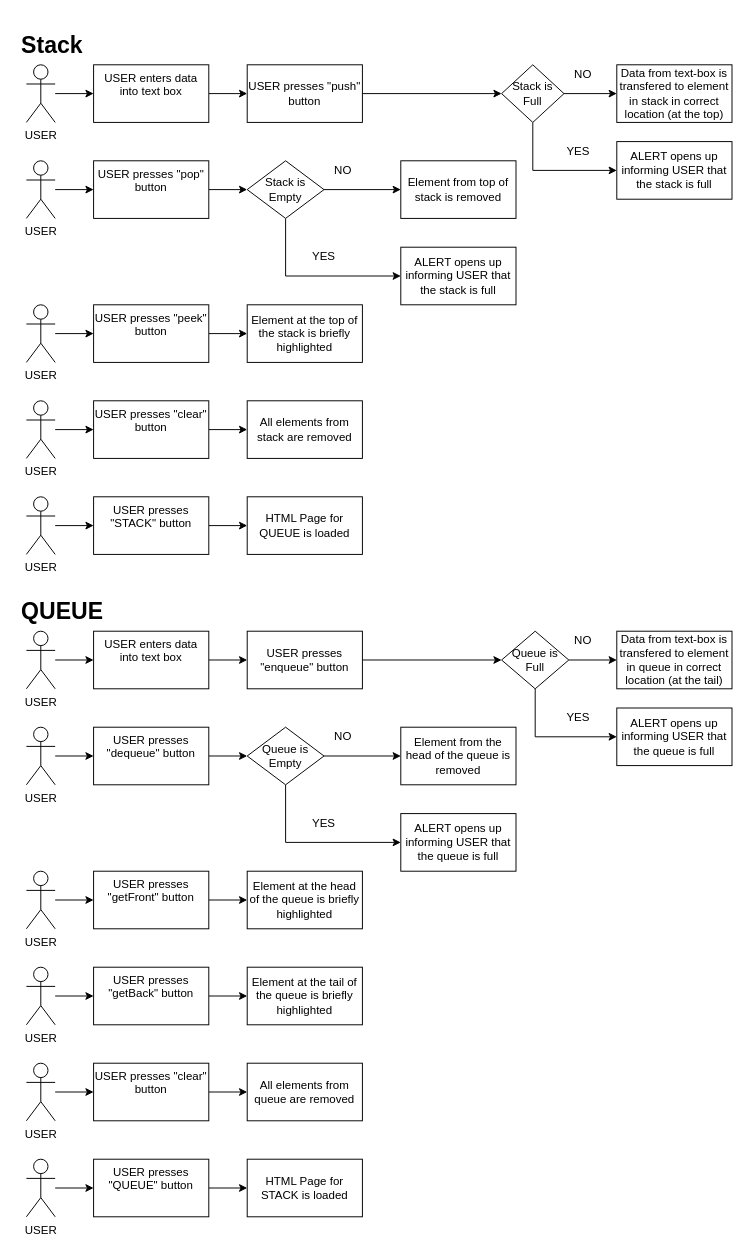
The draw.io diagram documentation/userFlow_stack-queue-visualizer.drawio in pszponder/stacks-and-queues-visualizer, before the edit. Source tidied: cells renumbered, new cells numbered last; positions are measured from the earlier drawing's top-left corner, leaving out a move shared by most shapes. Both pictures are drawn from the tidied source at 96%, with x=0, y=0 at pixel (16, 26).
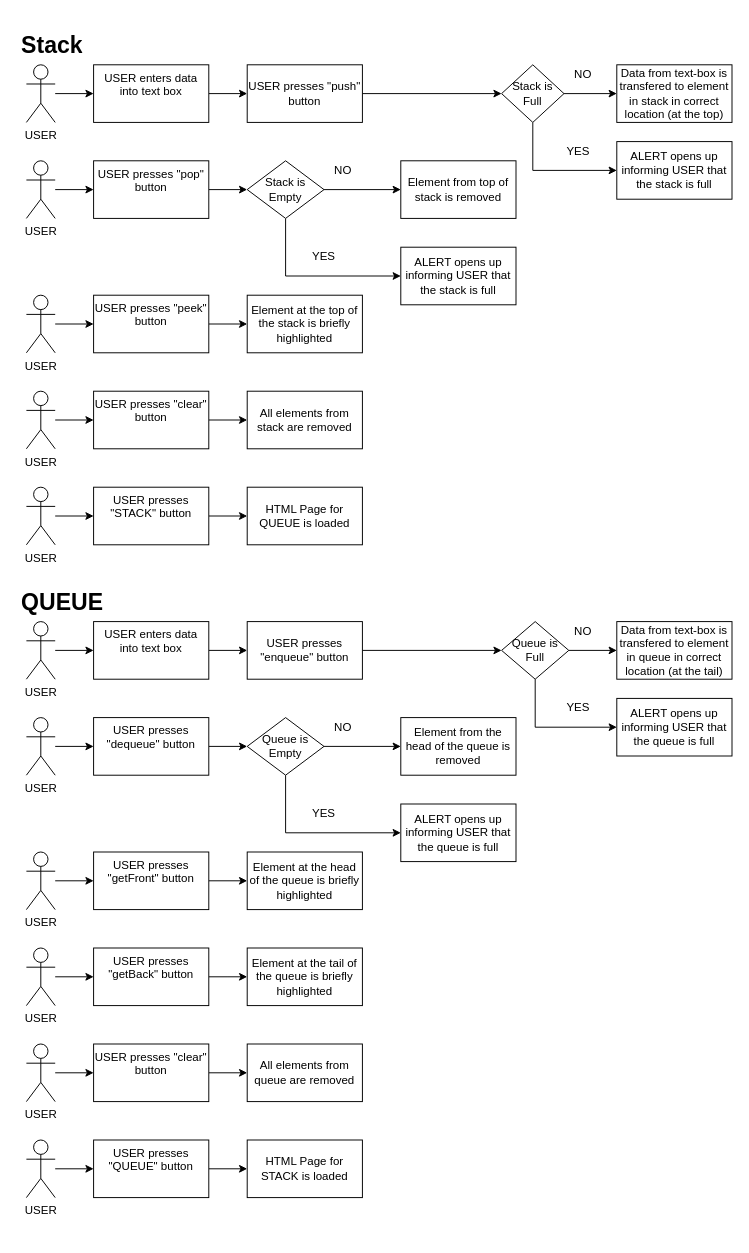
The same page after the edit.

What changed in the source:
```diff
@@
     <mxCell id="16" style="edgeStyle=orthogonalEdgeStyle;rounded=0;orthogonalLoop=1;jettySize=auto;html=1;exitX=0.5;exitY=1;exitDx=0;exitDy=0;" parent="1" edge="1">
       <mxGeometry relative="1" as="geometry">
-        <mxPoint x="100" y="360" as="sourcePoint" />
-        <mxPoint x="100" y="360" as="targetPoint" />
+        <mxPoint x="100" y="350" as="sourcePoint" />
+        <mxPoint x="100" y="350" as="targetPoint" />
       </mxGeometry>
     </mxCell>
@@
     <mxCell id="18" value="USER" style="shape=umlActor;verticalLabelPosition=bottom;verticalAlign=top;html=1;outlineConnect=0;" parent="1" vertex="1">
-      <mxGeometry x="10" y="290" width="30" height="60" as="geometry" />
+      <mxGeometry x="10" y="280" width="30" height="60" as="geometry" />
     </mxCell>
@@
     <mxCell id="20" value="USER presses &quot;peek&quot; button" style="whiteSpace=wrap;html=1;verticalAlign=top;" parent="1" vertex="1">
-      <mxGeometry x="80" y="290" width="120" height="60" as="geometry" />
+      <mxGeometry x="80" y="280" width="120" height="60" as="geometry" />
     </mxCell>
     <mxCell id="21" value="Element at the top of the stack is briefly highlighted" style="rounded=0;whiteSpace=wrap;html=1;" parent="1" vertex="1">
-      <mxGeometry x="240" y="290" width="120" height="60" as="geometry" />
+      <mxGeometry x="240" y="280" width="120" height="60" as="geometry" />
     </mxCell>
     <mxCell id="22" style="edgeStyle=orthogonalEdgeStyle;rounded=0;orthogonalLoop=1;jettySize=auto;html=1;exitX=0.5;exitY=1;exitDx=0;exitDy=0;" parent="1" edge="1">
       <mxGeometry relative="1" as="geometry">
-        <mxPoint x="100" y="560" as="sourcePoint" />
-        <mxPoint x="100" y="560" as="targetPoint" />
+        <mxPoint x="100" y="550" as="sourcePoint" />
+        <mxPoint x="100" y="550" as="targetPoint" />
       </mxGeometry>
     </mxCell>
@@
     <mxCell id="24" value="USER" style="shape=umlActor;verticalLabelPosition=bottom;verticalAlign=top;html=1;outlineConnect=0;" parent="1" vertex="1">
-      <mxGeometry x="10" y="490" width="30" height="60" as="geometry" />
+      <mxGeometry x="10" y="480" width="30" height="60" as="geometry" />
     </mxCell>
@@
     <mxCell id="26" value="USER presses &quot;STACK&quot; button" style="whiteSpace=wrap;html=1;verticalAlign=top;" parent="1" vertex="1">
-      <mxGeometry x="80" y="490" width="120" height="60" as="geometry" />
+      <mxGeometry x="80" y="480" width="120" height="60" as="geometry" />
     </mxCell>
     <mxCell id="27" value="HTML Page for QUEUE is loaded" style="rounded=0;whiteSpace=wrap;html=1;" parent="1" vertex="1">
-      <mxGeometry x="240" y="490" width="120" height="60" as="geometry" />
+      <mxGeometry x="240" y="480" width="120" height="60" as="geometry" />
     </mxCell>
@@
     <mxCell id="29" style="edgeStyle=orthogonalEdgeStyle;rounded=0;orthogonalLoop=1;jettySize=auto;html=1;exitX=0.5;exitY=1;exitDx=0;exitDy=0;" parent="1" edge="1">
       <mxGeometry relative="1" as="geometry">
-        <mxPoint x="100" y="460" as="sourcePoint" />
-        <mxPoint x="100" y="460" as="targetPoint" />
+        <mxPoint x="100" y="450" as="sourcePoint" />
+        <mxPoint x="100" y="450" as="targetPoint" />
       </mxGeometry>
     </mxCell>
@@
     <mxCell id="31" value="USER" style="shape=umlActor;verticalLabelPosition=bottom;verticalAlign=top;html=1;outlineConnect=0;" parent="1" vertex="1">
-      <mxGeometry x="10" y="390" width="30" height="60" as="geometry" />
+      <mxGeometry x="10" y="380" width="30" height="60" as="geometry" />
     </mxCell>
@@
     <mxCell id="33" value="USER presses &quot;clear&quot; button" style="whiteSpace=wrap;html=1;verticalAlign=top;" parent="1" vertex="1">
-      <mxGeometry x="80" y="390" width="120" height="60" as="geometry" />
+      <mxGeometry x="80" y="380" width="120" height="60" as="geometry" />
     </mxCell>
     <mxCell id="34" value="All elements from stack are removed" style="rounded=0;whiteSpace=wrap;html=1;" parent="1" vertex="1">
-      <mxGeometry x="240" y="390" width="120" height="60" as="geometry" />
+      <mxGeometry x="240" y="380" width="120" height="60" as="geometry" />
     </mxCell>
@@
-    <mxCell id="39" value="&lt;h1&gt;Stack&lt;/h1&gt;" style="text;html=1;strokeColor=none;fillColor=none;spacing=5;spacingTop=-20;whiteSpace=wrap;overflow=hidden;rounded=0;" parent="1" vertex="1">
+    <mxCell id="39" value="&lt;h1&gt;Stack&lt;/h1&gt;" style="text;html=1;spacing=5;spacingTop=-20;whiteSpace=wrap;overflow=hidden;rounded=0;" parent="1" vertex="1">
       <mxGeometry width="80" height="40" as="geometry" />
     </mxCell>
@@
     <mxCell id="47" style="edgeStyle=orthogonalEdgeStyle;rounded=0;orthogonalLoop=1;jettySize=auto;html=1;exitX=0.5;exitY=1;exitDx=0;exitDy=0;" parent="1" edge="1">
       <mxGeometry relative="1" as="geometry">
-        <mxPoint x="100" y="700" as="sourcePoint" />
-        <mxPoint x="100" y="700" as="targetPoint" />
+        <mxPoint x="100" y="690" as="sourcePoint" />
+        <mxPoint x="100" y="690" as="targetPoint" />
       </mxGeometry>
     </mxCell>
@@
     <mxCell id="49" value="USER" style="shape=umlActor;verticalLabelPosition=bottom;verticalAlign=top;html=1;outlineConnect=0;" parent="1" vertex="1">
-      <mxGeometry x="10" y="630" width="30" height="60" as="geometry" />
+      <mxGeometry x="10" y="620" width="30" height="60" as="geometry" />
     </mxCell>
@@
     <mxCell id="51" value="USER enters data into text box" style="whiteSpace=wrap;html=1;verticalAlign=top;" parent="1" vertex="1">
-      <mxGeometry x="80" y="630" width="120" height="60" as="geometry" />
+      <mxGeometry x="80" y="620" width="120" height="60" as="geometry" />
     </mxCell>
@@
     <mxCell id="53" value="USER presses &quot;enqueue&quot; button" style="rounded=0;whiteSpace=wrap;html=1;" parent="1" vertex="1">
-      <mxGeometry x="240" y="630" width="120" height="60" as="geometry" />
+      <mxGeometry x="240" y="620" width="120" height="60" as="geometry" />
     </mxCell>
     <mxCell id="54" value="Data from text-box is transfered to element in queue in correct location (at the tail)" style="rounded=0;whiteSpace=wrap;html=1;" parent="1" vertex="1">
-      <mxGeometry x="625" y="630" width="120" height="60" as="geometry" />
+      <mxGeometry x="625" y="620" width="120" height="60" as="geometry" />
     </mxCell>
     <mxCell id="55" style="edgeStyle=orthogonalEdgeStyle;rounded=0;orthogonalLoop=1;jettySize=auto;html=1;exitX=0.5;exitY=1;exitDx=0;exitDy=0;" parent="1" edge="1">
       <mxGeometry relative="1" as="geometry">
-        <mxPoint x="100" y="800" as="sourcePoint" />
-        <mxPoint x="100" y="800" as="targetPoint" />
+        <mxPoint x="100" y="790" as="sourcePoint" />
+        <mxPoint x="100" y="790" as="targetPoint" />
       </mxGeometry>
     </mxCell>
@@
     <mxCell id="57" value="USER" style="shape=umlActor;verticalLabelPosition=bottom;verticalAlign=top;html=1;outlineConnect=0;" parent="1" vertex="1">
-      <mxGeometry x="10" y="730" width="30" height="60" as="geometry" />
+      <mxGeometry x="10" y="720" width="30" height="60" as="geometry" />
     </mxCell>
@@
     <mxCell id="59" value="USER presses &quot;dequeue&quot; button" style="whiteSpace=wrap;html=1;verticalAlign=top;" parent="1" vertex="1">
-      <mxGeometry x="80" y="730" width="120" height="60" as="geometry" />
+      <mxGeometry x="80" y="720" width="120" height="60" as="geometry" />
     </mxCell>
     <mxCell id="60" value="Element from the head of the queue is removed" style="rounded=0;whiteSpace=wrap;html=1;" parent="1" vertex="1">
-      <mxGeometry x="400" y="730" width="120" height="60" as="geometry" />
+      <mxGeometry x="400" y="720" width="120" height="60" as="geometry" />
     </mxCell>
     <mxCell id="61" style="edgeStyle=orthogonalEdgeStyle;rounded=0;orthogonalLoop=1;jettySize=auto;html=1;exitX=0.5;exitY=1;exitDx=0;exitDy=0;" parent="1" edge="1">
       <mxGeometry relative="1" as="geometry">
-        <mxPoint x="100" y="950" as="sourcePoint" />
-        <mxPoint x="100" y="950" as="targetPoint" />
+        <mxPoint x="100" y="930" as="sourcePoint" />
+        <mxPoint x="100" y="930" as="targetPoint" />
       </mxGeometry>
     </mxCell>
@@
     <mxCell id="63" value="USER" style="shape=umlActor;verticalLabelPosition=bottom;verticalAlign=top;html=1;outlineConnect=0;" parent="1" vertex="1">
-      <mxGeometry x="10" y="880" width="30" height="60" as="geometry" />
+      <mxGeometry x="10" y="860" width="30" height="60" as="geometry" />
     </mxCell>
@@
     <mxCell id="65" value="USER presses &quot;getFront&quot; button" style="whiteSpace=wrap;html=1;verticalAlign=top;" parent="1" vertex="1">
-      <mxGeometry x="80" y="880" width="120" height="60" as="geometry" />
+      <mxGeometry x="80" y="860" width="120" height="60" as="geometry" />
     </mxCell>
     <mxCell id="66" value="Element at the head of the queue is briefly highlighted" style="rounded=0;whiteSpace=wrap;html=1;" parent="1" vertex="1">
-      <mxGeometry x="240" y="880" width="120" height="60" as="geometry" />
+      <mxGeometry x="240" y="860" width="120" height="60" as="geometry" />
     </mxCell>
     <mxCell id="67" style="edgeStyle=orthogonalEdgeStyle;rounded=0;orthogonalLoop=1;jettySize=auto;html=1;exitX=0.5;exitY=1;exitDx=0;exitDy=0;" parent="1" edge="1">
       <mxGeometry relative="1" as="geometry">
-        <mxPoint x="100" y="1250" as="sourcePoint" />
-        <mxPoint x="100" y="1250" as="targetPoint" />
+        <mxPoint x="100" y="1230" as="sourcePoint" />
+        <mxPoint x="100" y="1230" as="targetPoint" />
       </mxGeometry>
     </mxCell>
@@
     <mxCell id="69" value="USER" style="shape=umlActor;verticalLabelPosition=bottom;verticalAlign=top;html=1;outlineConnect=0;" parent="1" vertex="1">
-      <mxGeometry x="10" y="1180" width="30" height="60" as="geometry" />
+      <mxGeometry x="10" y="1160" width="30" height="60" as="geometry" />
     </mxCell>
@@
     <mxCell id="71" value="USER presses &quot;QUEUE&quot; button" style="whiteSpace=wrap;html=1;verticalAlign=top;" parent="1" vertex="1">
-      <mxGeometry x="80" y="1180" width="120" height="60" as="geometry" />
+      <mxGeometry x="80" y="1160" width="120" height="60" as="geometry" />
     </mxCell>
     <mxCell id="72" value="HTML Page for STACK is loaded" style="rounded=0;whiteSpace=wrap;html=1;" parent="1" vertex="1">
-      <mxGeometry x="240" y="1180" width="120" height="60" as="geometry" />
+      <mxGeometry x="240" y="1160" width="120" height="60" as="geometry" />
     </mxCell>
     <mxCell id="73" value="NO" style="text;html=1;strokeColor=none;fillColor=none;align=center;verticalAlign=middle;whiteSpace=wrap;rounded=0;" parent="1" vertex="1">
-      <mxGeometry x="570" y="630" width="40" height="20" as="geometry" />
+      <mxGeometry x="570" y="620" width="40" height="20" as="geometry" />
     </mxCell>
     <mxCell id="74" style="edgeStyle=orthogonalEdgeStyle;rounded=0;orthogonalLoop=1;jettySize=auto;html=1;exitX=0.5;exitY=1;exitDx=0;exitDy=0;" parent="1" edge="1">
       <mxGeometry relative="1" as="geometry">
-        <mxPoint x="100" y="1150" as="sourcePoint" />
-        <mxPoint x="100" y="1150" as="targetPoint" />
+        <mxPoint x="100" y="1130" as="sourcePoint" />
+        <mxPoint x="100" y="1130" as="targetPoint" />
       </mxGeometry>
     </mxCell>
@@
     <mxCell id="76" value="USER" style="shape=umlActor;verticalLabelPosition=bottom;verticalAlign=top;html=1;outlineConnect=0;" parent="1" vertex="1">
-      <mxGeometry x="10" y="1080" width="30" height="60" as="geometry" />
+      <mxGeometry x="10" y="1060" width="30" height="60" as="geometry" />
     </mxCell>
@@
     <mxCell id="78" value="USER presses &quot;clear&quot; button" style="whiteSpace=wrap;html=1;verticalAlign=top;" parent="1" vertex="1">
-      <mxGeometry x="80" y="1080" width="120" height="60" as="geometry" />
+      <mxGeometry x="80" y="1060" width="120" height="60" as="geometry" />
     </mxCell>
     <mxCell id="79" value="All elements from queue are removed" style="rounded=0;whiteSpace=wrap;html=1;" parent="1" vertex="1">
-      <mxGeometry x="240" y="1080" width="120" height="60" as="geometry" />
+      <mxGeometry x="240" y="1060" width="120" height="60" as="geometry" />
     </mxCell>
@@
     <mxCell id="82" value="Queue is Full" style="rhombus;whiteSpace=wrap;html=1;" parent="1" vertex="1">
-      <mxGeometry x="505" y="630" width="70" height="60" as="geometry" />
+      <mxGeometry x="505" y="620" width="70" height="60" as="geometry" />
     </mxCell>
     <mxCell id="83" value="ALERT opens up informing USER that the queue is full" style="rounded=0;whiteSpace=wrap;html=1;" parent="1" vertex="1">
-      <mxGeometry x="625" y="710" width="120" height="60" as="geometry" />
+      <mxGeometry x="625" y="700" width="120" height="60" as="geometry" />
     </mxCell>
     <mxCell id="84" value="&lt;h1&gt;QUEUE&lt;/h1&gt;" style="text;html=1;strokeColor=none;fillColor=none;spacing=5;spacingTop=-20;whiteSpace=wrap;overflow=hidden;rounded=0;" parent="1" vertex="1">
-      <mxGeometry y="590" width="100" height="40" as="geometry" />
+      <mxGeometry y="580" width="100" height="40" as="geometry" />
     </mxCell>
     <mxCell id="85" value="YES" style="text;html=1;strokeColor=none;fillColor=none;align=center;verticalAlign=middle;whiteSpace=wrap;rounded=0;" parent="1" vertex="1">
-      <mxGeometry x="565" y="710" width="40" height="20" as="geometry" />
+      <mxGeometry x="565" y="700" width="40" height="20" as="geometry" />
     </mxCell>
@@
     <mxCell id="88" value="Queue is Empty" style="rhombus;whiteSpace=wrap;html=1;" parent="1" vertex="1">
-      <mxGeometry x="240" y="730" width="80" height="60" as="geometry" />
+      <mxGeometry x="240" y="720" width="80" height="60" as="geometry" />
     </mxCell>
     <mxCell id="89" value="ALERT opens up informing USER that the queue is full" style="rounded=0;whiteSpace=wrap;html=1;" parent="1" vertex="1">
-      <mxGeometry x="400" y="820" width="120" height="60" as="geometry" />
+      <mxGeometry x="400" y="810" width="120" height="60" as="geometry" />
     </mxCell>
     <mxCell id="90" value="YES" style="text;html=1;strokeColor=none;fillColor=none;align=center;verticalAlign=middle;whiteSpace=wrap;rounded=0;" parent="1" vertex="1">
-      <mxGeometry x="300" y="820" width="40" height="20" as="geometry" />
+      <mxGeometry x="300" y="810" width="40" height="20" as="geometry" />
     </mxCell>
     <mxCell id="91" value="NO" style="text;html=1;strokeColor=none;fillColor=none;align=center;verticalAlign=middle;whiteSpace=wrap;rounded=0;" parent="1" vertex="1">
-      <mxGeometry x="320" y="730" width="40" height="20" as="geometry" />
+      <mxGeometry x="320" y="720" width="40" height="20" as="geometry" />
     </mxCell>
     <mxCell id="92" style="edgeStyle=orthogonalEdgeStyle;rounded=0;orthogonalLoop=1;jettySize=auto;html=1;exitX=0.5;exitY=1;exitDx=0;exitDy=0;" parent="1" edge="1">
       <mxGeometry relative="1" as="geometry">
-        <mxPoint x="100" y="1050" as="sourcePoint" />
-        <mxPoint x="100" y="1050" as="targetPoint" />
+        <mxPoint x="100" y="1030" as="sourcePoint" />
+        <mxPoint x="100" y="1030" as="targetPoint" />
       </mxGeometry>
     </mxCell>
@@
     <mxCell id="94" value="USER" style="shape=umlActor;verticalLabelPosition=bottom;verticalAlign=top;html=1;outlineConnect=0;" parent="1" vertex="1">
-      <mxGeometry x="10" y="980" width="30" height="60" as="geometry" />
+      <mxGeometry x="10" y="960" width="30" height="60" as="geometry" />
     </mxCell>
     <mxCell id="95" style="edgeStyle=orthogonalEdgeStyle;rounded=0;jettySize=auto;html=1;exitX=1;exitY=0.5;exitDx=0;exitDy=0;entryX=0;entryY=0.5;entryDx=0;entryDy=0;" parent="1" edge="1" source="96">
       <mxGeometry relative="1" as="geometry">
-        <mxPoint x="240" y="1010" as="targetPoint" />
+        <mxPoint x="240" y="990" as="targetPoint" />
       </mxGeometry>
     </mxCell>
     <mxCell id="96" value="USER presses &quot;getBack&quot; button" style="whiteSpace=wrap;html=1;verticalAlign=top;" parent="1" vertex="1">
-      <mxGeometry x="80" y="980" width="120" height="60" as="geometry" />
+      <mxGeometry x="80" y="960" width="120" height="60" as="geometry" />
     </mxCell>
     <mxCell id="97" value="Element at the tail of the queue is briefly highlighted" style="rounded=0;whiteSpace=wrap;html=1;" parent="1" vertex="1">
-      <mxGeometry x="240" y="980" width="120" height="60" as="geometry" />
+      <mxGeometry x="240" y="960" width="120" height="60" as="geometry" />
     </mxCell>
```
